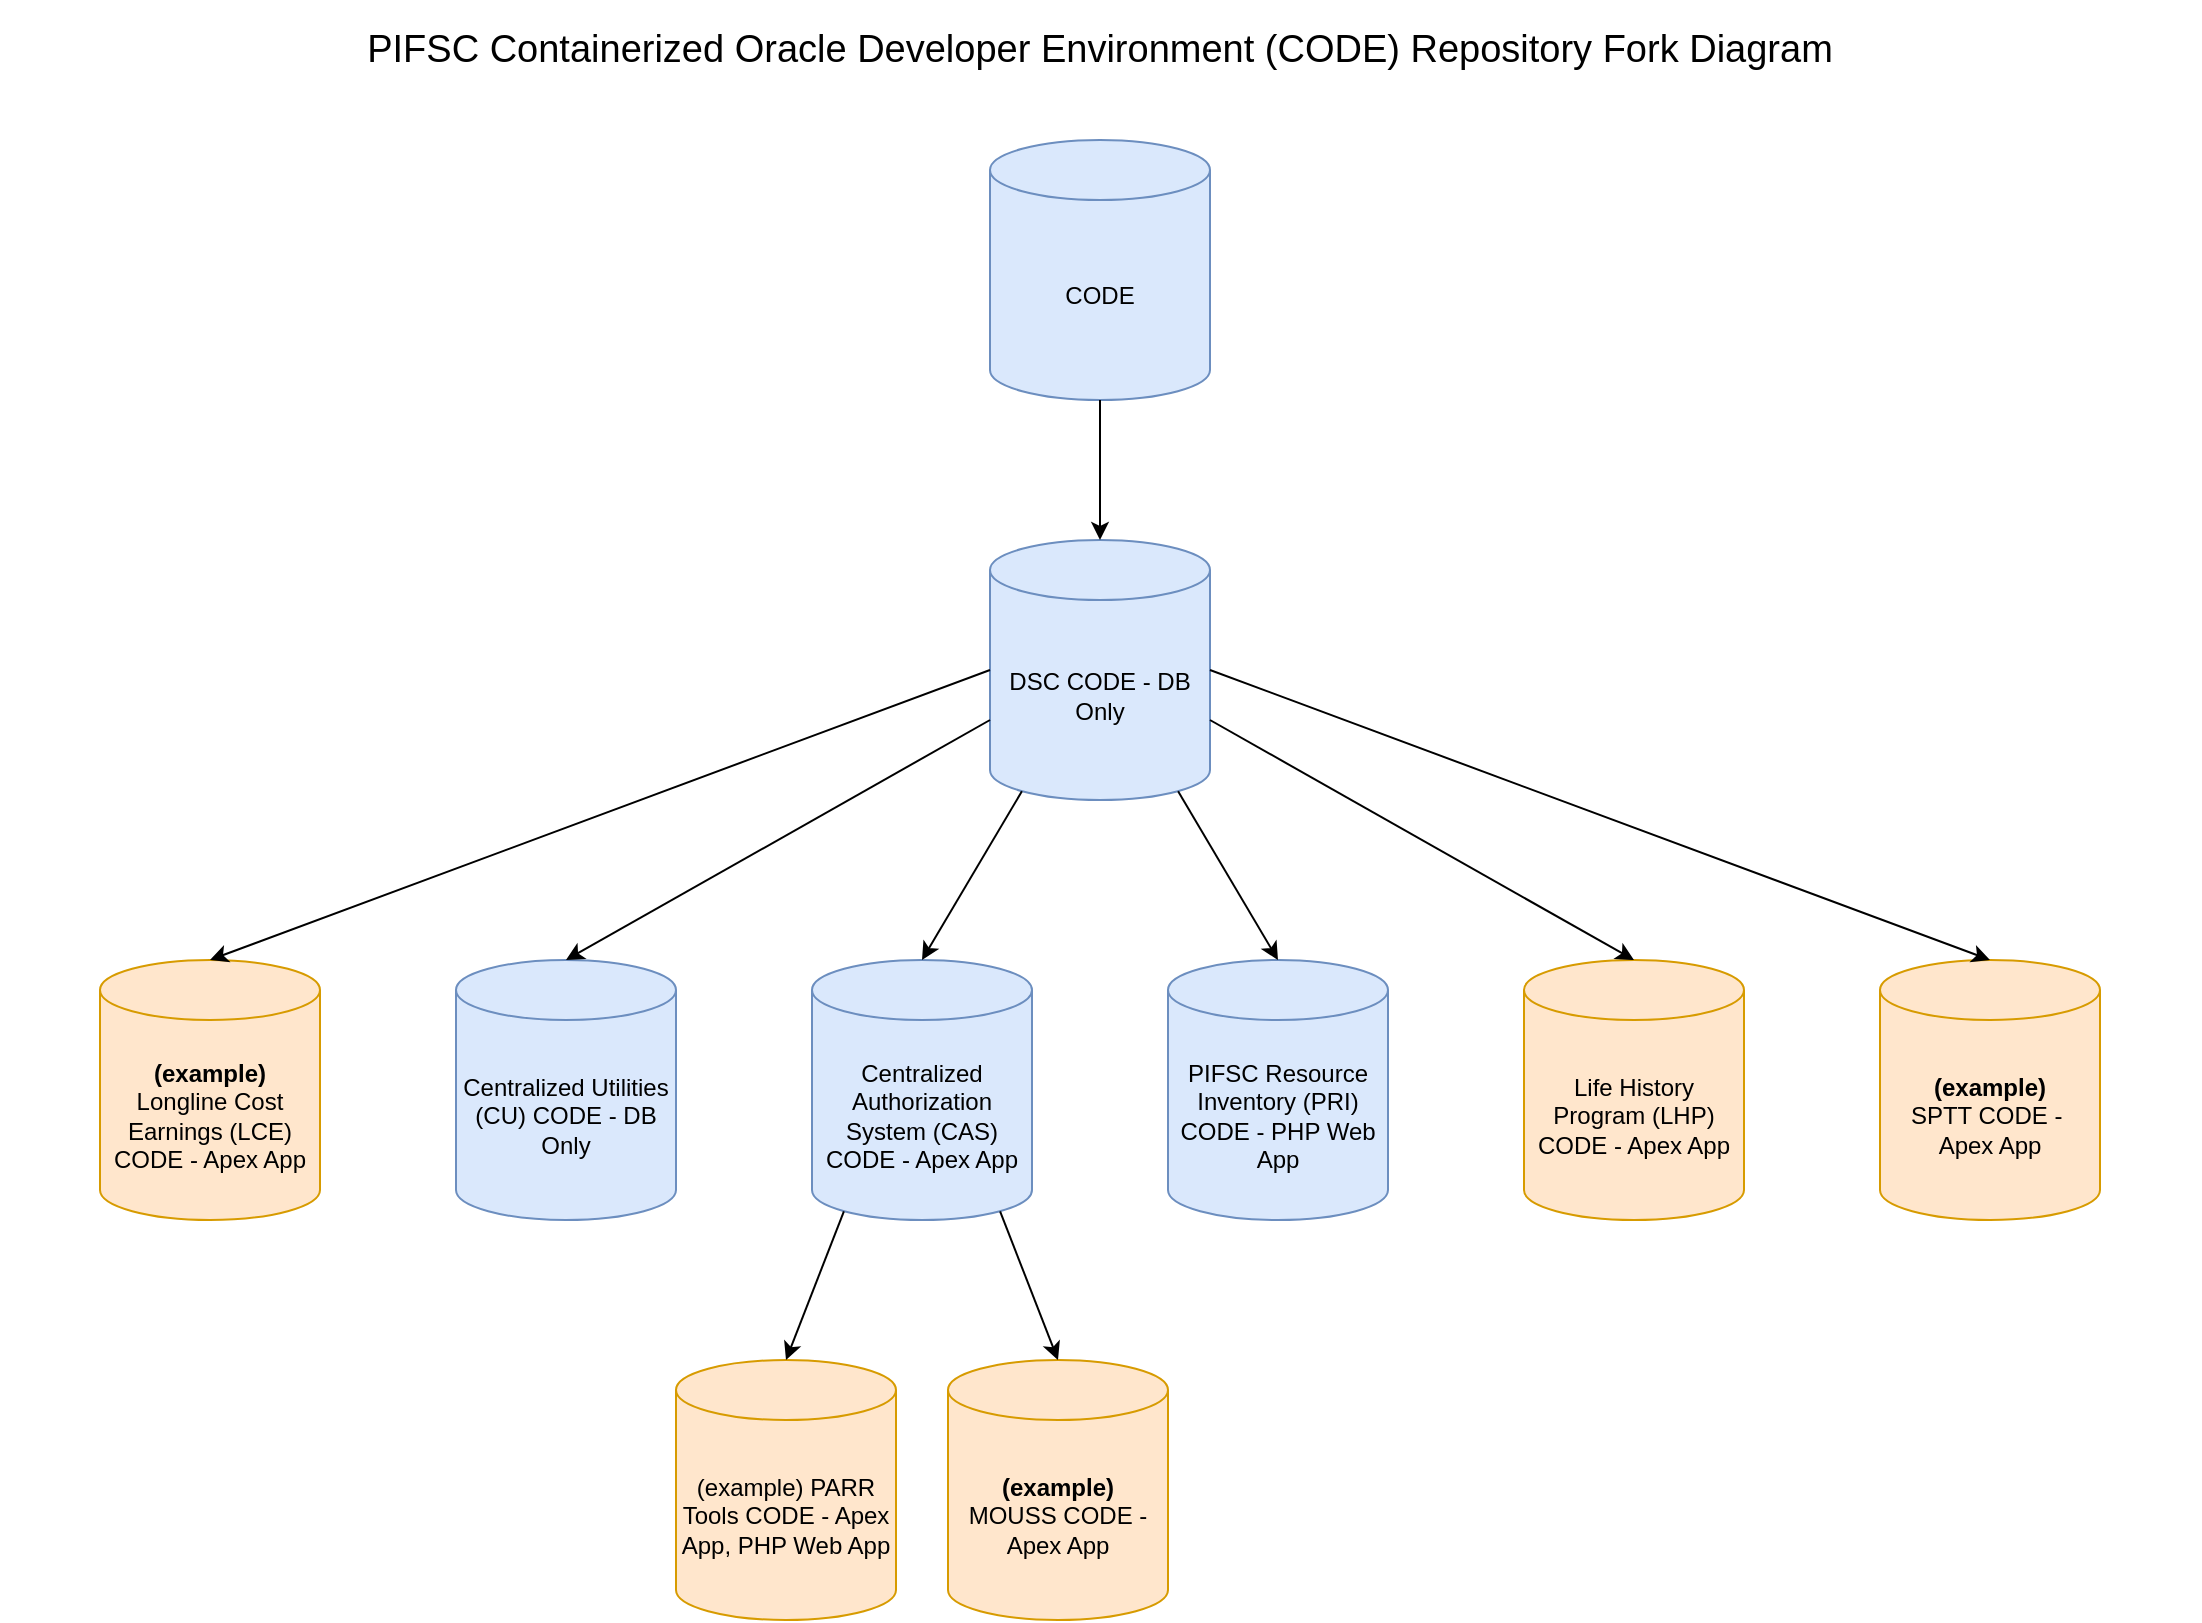
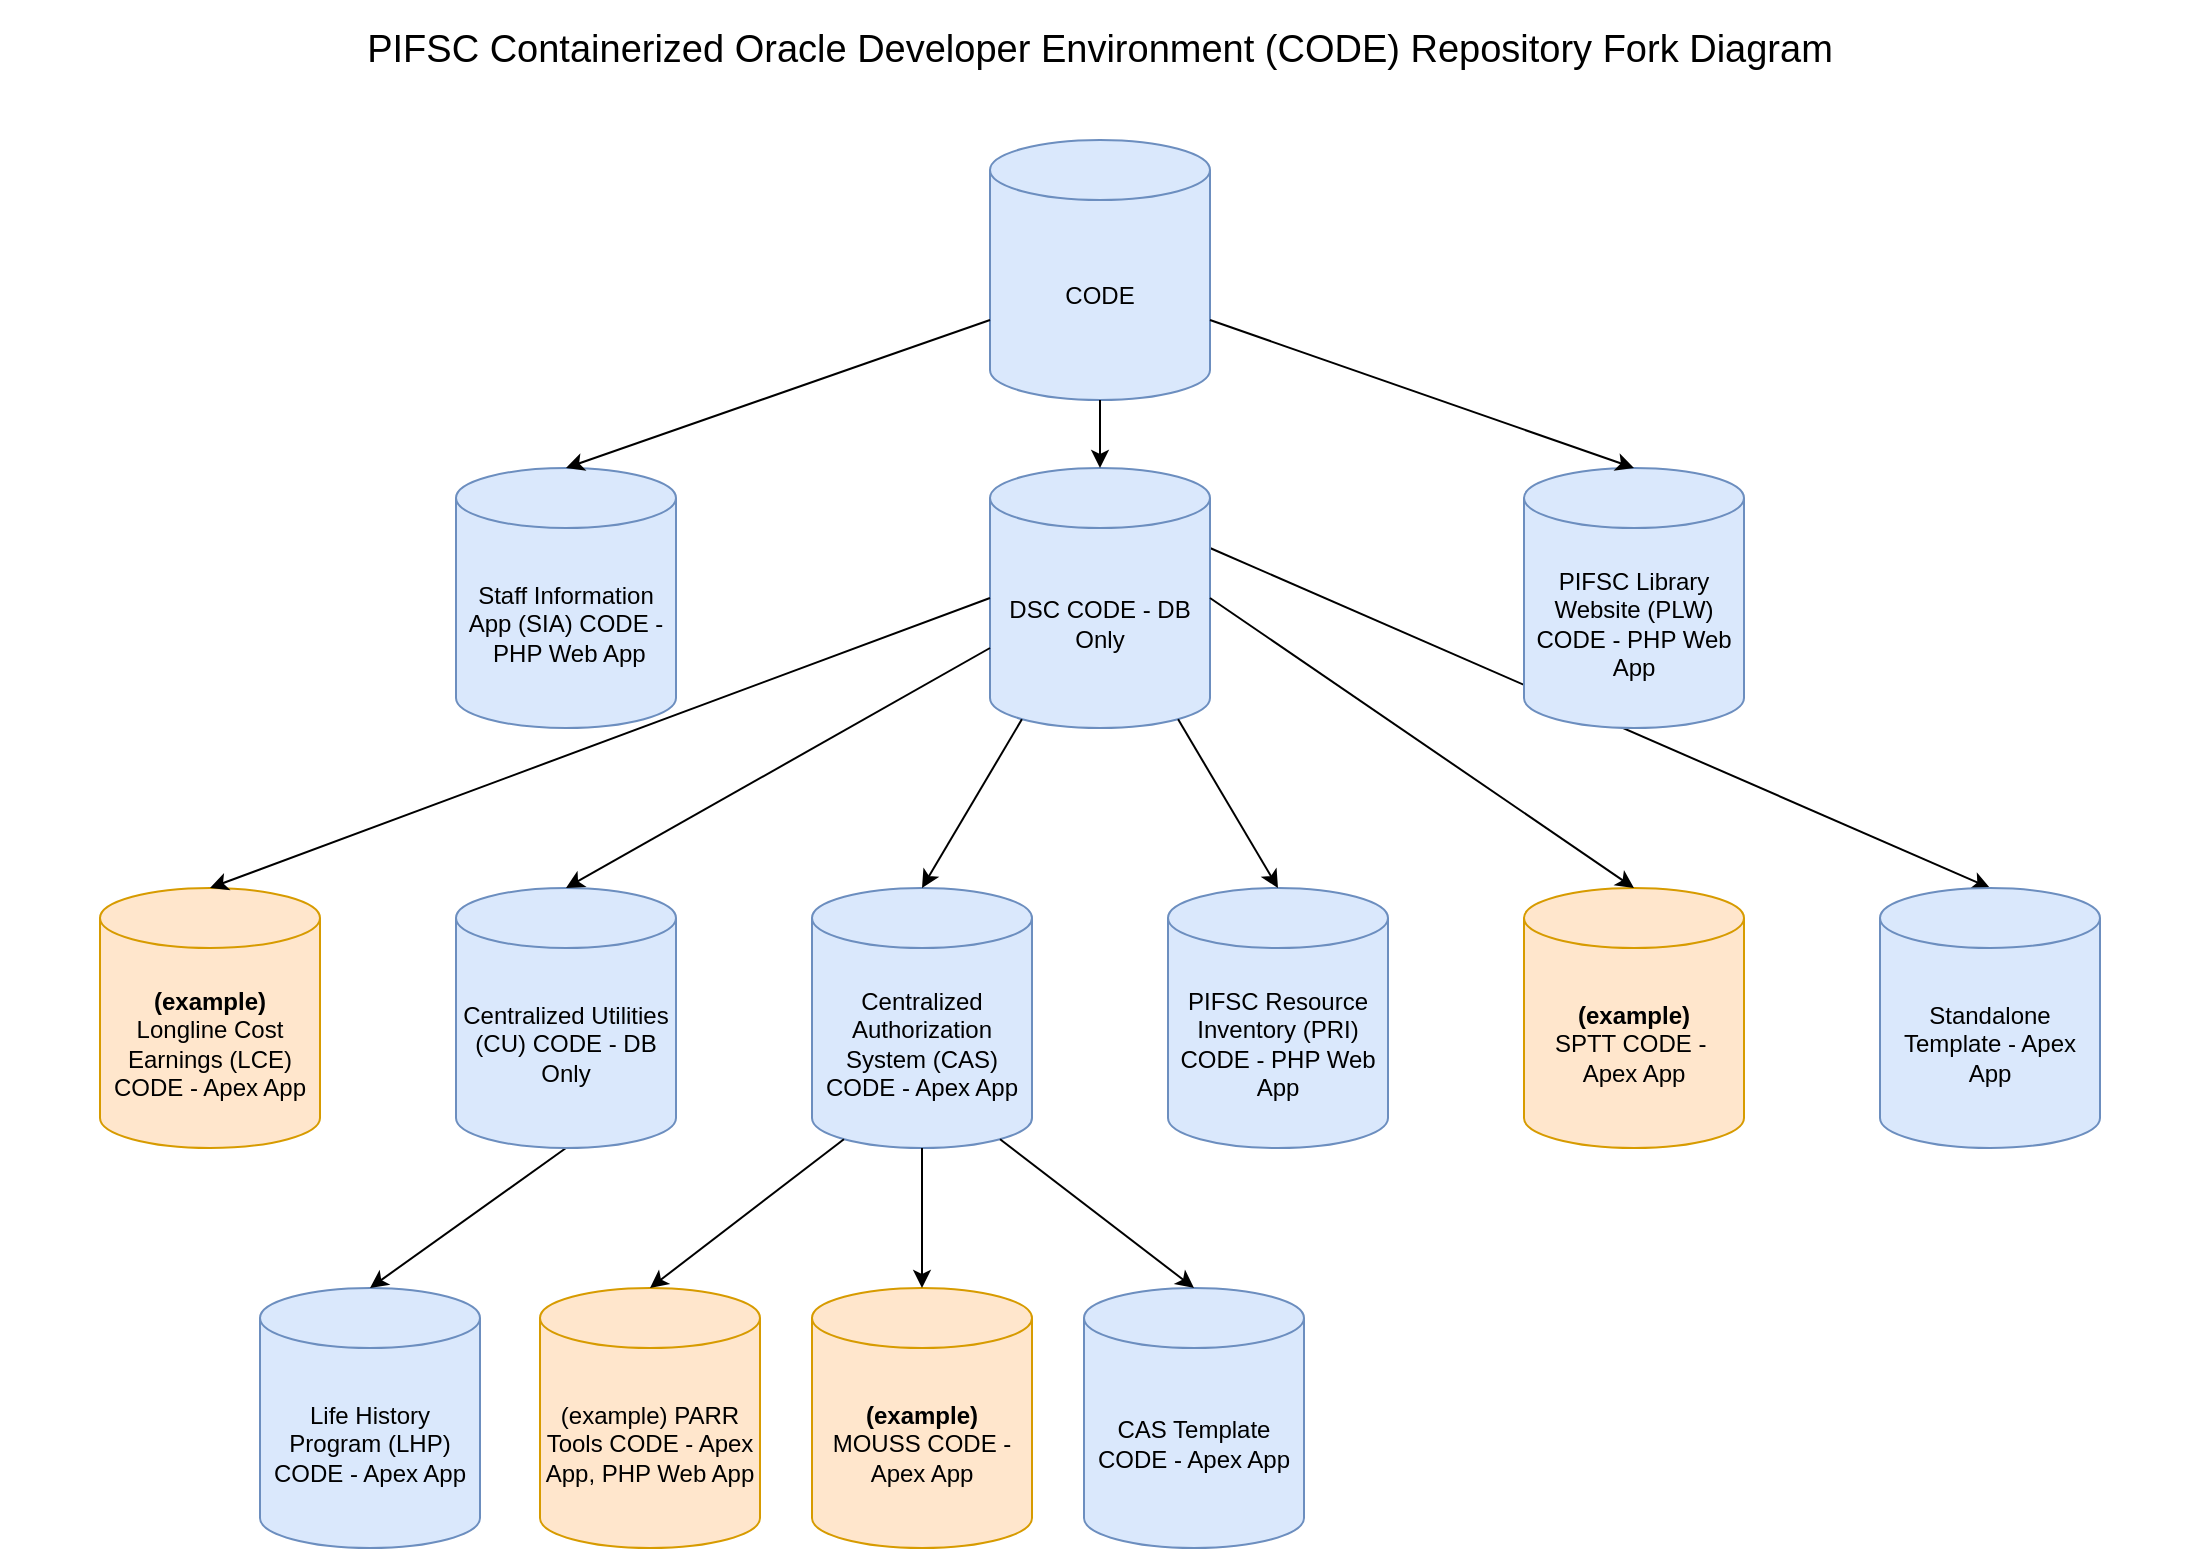
- <mxfile host="app.diagrams.net" agent="Mozilla/5.0 (Windows NT 10.0; Win64; x64; rv:146.0) Gecko/20100101 Firefox/146.0" version="29.2.7">
+ <mxfile host="app.diagrams.net" agent="Mozilla/5.0 (Windows NT 10.0; Win64; x64; rv:146.0) Gecko/20100101 Firefox/146.0">
  <diagram name="Page-1" id="5x21xzw7pKY_CYzqWRJj">
-     <mxGraphModel dx="2066" dy="1111" grid="1" gridSize="10" guides="1" tooltips="1" connect="1" arrows="1" fold="1" page="1" pageScale="1" pageWidth="1100" pageHeight="850" math="0" shadow="0">
+     <mxGraphModel dx="2566" dy="1399" grid="1" gridSize="10" guides="1" tooltips="1" connect="1" arrows="1" fold="1" page="1" pageScale="1" pageWidth="1100" pageHeight="850" math="0" shadow="0">
      <root>
        <mxCell id="0" />
        <mxCell id="1" parent="0" />
+         <mxCell id="0AYCdXG2In4R06lQCk4V-8" edge="1" parent="1" source="SCLX1SmKLz5k2Fn8iWNY-3" style="endArrow=classic;html=1;rounded=0;entryX=0.5;entryY=0;entryDx=0;entryDy=0;entryPerimeter=0;exitX=1;exitY=0;exitDx=0;exitDy=40;exitPerimeter=0;" target="0AYCdXG2In4R06lQCk4V-7" value="">
+           <mxGeometry height="50" relative="1" width="50" as="geometry">
+             <mxPoint x="530" y="740" as="sourcePoint" />
+             <mxPoint x="580" y="690" as="targetPoint" />
+           </mxGeometry>
+         </mxCell>
        <mxCell id="SCLX1SmKLz5k2Fn8iWNY-1" parent="1" style="text;html=1;align=center;verticalAlign=middle;whiteSpace=wrap;rounded=0;" value="&lt;font style=&quot;font-size: 19px;&quot;&gt;PIFSC Containerized Oracle Developer Environment (CODE) Repository Fork Diagram&lt;/font&gt;" vertex="1">
          <mxGeometry height="50" width="1100" as="geometry" />
        </mxCell>
        <mxCell id="SCLX1SmKLz5k2Fn8iWNY-2" parent="1" style="shape=cylinder3;whiteSpace=wrap;html=1;boundedLbl=1;backgroundOutline=1;size=15;fillColor=#dae8fc;strokeColor=#6c8ebf;" value="CODE" vertex="1">
          <mxGeometry height="130" width="110" x="495" y="70" as="geometry" />
        </mxCell>
        <mxCell id="SCLX1SmKLz5k2Fn8iWNY-3" parent="1" style="shape=cylinder3;whiteSpace=wrap;html=1;boundedLbl=1;backgroundOutline=1;size=15;fillColor=#dae8fc;strokeColor=#6c8ebf;" value="DSC CODE - DB Only" vertex="1">
-           <mxGeometry height="130" width="110" x="495" y="270" as="geometry" />
+           <mxGeometry height="130" width="110" x="495" y="234" as="geometry" />
        </mxCell>
-         <mxCell id="SCLX1SmKLz5k2Fn8iWNY-4" parent="1" style="shape=cylinder3;whiteSpace=wrap;html=1;boundedLbl=1;backgroundOutline=1;size=15;fillColor=light-dark(#FFE6CC,#1D293B);strokeColor=#d79b00;" value="&lt;div&gt;Life History Program (LHP) CODE - Apex App&lt;/div&gt;" vertex="1">
-           <mxGeometry height="130" width="110" x="762" y="480" as="geometry" />
+         <mxCell id="SCLX1SmKLz5k2Fn8iWNY-4" parent="1" style="shape=cylinder3;whiteSpace=wrap;html=1;boundedLbl=1;backgroundOutline=1;size=15;fillColor=light-dark(#DAE8FC,#1D293B);strokeColor=#6C8EBF;" value="&lt;div&gt;Life History Program (LHP) CODE - Apex App&lt;/div&gt;" vertex="1">
+           <mxGeometry height="130" width="110" x="130" y="644" as="geometry" />
        </mxCell>
        <mxCell id="SCLX1SmKLz5k2Fn8iWNY-5" edge="1" parent="1" source="SCLX1SmKLz5k2Fn8iWNY-2" style="endArrow=classic;html=1;rounded=0;exitX=0.5;exitY=1;exitDx=0;exitDy=0;exitPerimeter=0;entryX=0.5;entryY=0;entryDx=0;entryDy=0;entryPerimeter=0;" target="SCLX1SmKLz5k2Fn8iWNY-3" value="">
          <mxGeometry height="50" relative="1" width="50" as="geometry">
            <mxPoint x="550" y="300" as="sourcePoint" />
            <mxPoint x="600" y="250" as="targetPoint" />
          </mxGeometry>
        </mxCell>
-         <mxCell id="SCLX1SmKLz5k2Fn8iWNY-6" edge="1" parent="1" source="SCLX1SmKLz5k2Fn8iWNY-4" style="endArrow=none;html=1;rounded=0;entryX=1;entryY=0;entryDx=0;entryDy=90;entryPerimeter=0;exitX=0.5;exitY=0;exitDx=0;exitDy=0;exitPerimeter=0;startArrow=classic;startFill=1;endFill=0;" target="SCLX1SmKLz5k2Fn8iWNY-3" value="">
+         <mxCell id="SCLX1SmKLz5k2Fn8iWNY-6" edge="1" parent="1" source="SCLX1SmKLz5k2Fn8iWNY-4" style="endArrow=none;html=1;rounded=0;entryX=0.5;entryY=1;entryDx=0;entryDy=0;entryPerimeter=0;exitX=0.5;exitY=0;exitDx=0;exitDy=0;exitPerimeter=0;startArrow=classic;startFill=1;endFill=0;" target="6UAbcqaC1Fl8zmIl1YUe-3" value="">
          <mxGeometry height="50" relative="1" width="50" as="geometry">
-             <mxPoint x="660" y="300" as="sourcePoint" />
-             <mxPoint x="710" y="250" as="targetPoint" />
+             <mxPoint x="660" y="264" as="sourcePoint" />
+             <mxPoint x="710" y="214" as="targetPoint" />
          </mxGeometry>
        </mxCell>
        <mxCell id="SCLX1SmKLz5k2Fn8iWNY-7" parent="1" style="shape=cylinder3;whiteSpace=wrap;html=1;boundedLbl=1;backgroundOutline=1;size=15;fillColor=#dae8fc;strokeColor=#6c8ebf;" value="Centralized Authorization System (CAS) CODE - Apex App" vertex="1">
-           <mxGeometry height="130" width="110" x="406" y="480" as="geometry" />
+           <mxGeometry height="130" width="110" x="406" y="444" as="geometry" />
        </mxCell>
        <mxCell id="SCLX1SmKLz5k2Fn8iWNY-8" edge="1" parent="1" source="SCLX1SmKLz5k2Fn8iWNY-3" style="endArrow=classic;html=1;rounded=0;exitX=0.145;exitY=1;exitDx=0;exitDy=-4.35;exitPerimeter=0;entryX=0.5;entryY=0;entryDx=0;entryDy=0;entryPerimeter=0;" target="SCLX1SmKLz5k2Fn8iWNY-7" value="">
          <mxGeometry height="50" relative="1" width="50" as="geometry">
-             <mxPoint x="660" y="300" as="sourcePoint" />
-             <mxPoint x="710" y="250" as="targetPoint" />
+             <mxPoint x="660" y="264" as="sourcePoint" />
+             <mxPoint x="710" y="214" as="targetPoint" />
          </mxGeometry>
        </mxCell>
        <mxCell id="SCLX1SmKLz5k2Fn8iWNY-9" parent="1" style="shape=cylinder3;whiteSpace=wrap;html=1;boundedLbl=1;backgroundOutline=1;size=15;fillColor=#ffe6cc;strokeColor=#d79b00;" value="(example) PARR Tools CODE - Apex App, PHP Web App" vertex="1">
-           <mxGeometry height="130" width="110" x="338" y="680" as="geometry" />
+           <mxGeometry height="130" width="110" x="270" y="644" as="geometry" />
        </mxCell>
        <mxCell id="SCLX1SmKLz5k2Fn8iWNY-10" edge="1" parent="1" source="SCLX1SmKLz5k2Fn8iWNY-7" style="endArrow=classic;html=1;rounded=0;exitX=0.145;exitY=1;exitDx=0;exitDy=-4.35;exitPerimeter=0;entryX=0.5;entryY=0;entryDx=0;entryDy=0;entryPerimeter=0;" target="SCLX1SmKLz5k2Fn8iWNY-9" value="">
          <mxGeometry height="50" relative="1" width="50" as="geometry">
-             <mxPoint x="660" y="700" as="sourcePoint" />
-             <mxPoint x="710" y="650" as="targetPoint" />
+             <mxPoint x="660" y="664" as="sourcePoint" />
+             <mxPoint x="710" y="614" as="targetPoint" />
          </mxGeometry>
        </mxCell>
        <mxCell id="SCLX1SmKLz5k2Fn8iWNY-11" parent="1" style="shape=cylinder3;whiteSpace=wrap;html=1;boundedLbl=1;backgroundOutline=1;size=15;fillColor=#ffe6cc;strokeColor=#d79b00;" value="&lt;b&gt;(example)&lt;/b&gt;&lt;div&gt;MOUSS CODE - Apex App&lt;/div&gt;" vertex="1">
-           <mxGeometry height="130" width="110" x="474" y="680" as="geometry" />
+           <mxGeometry height="130" width="110" x="406" y="644" as="geometry" />
        </mxCell>
-         <mxCell id="SCLX1SmKLz5k2Fn8iWNY-12" edge="1" parent="1" source="SCLX1SmKLz5k2Fn8iWNY-7" style="endArrow=classic;html=1;rounded=0;exitX=0.855;exitY=1;exitDx=0;exitDy=-4.35;exitPerimeter=0;entryX=0.5;entryY=0;entryDx=0;entryDy=0;entryPerimeter=0;" target="SCLX1SmKLz5k2Fn8iWNY-11" value="">
+         <mxCell id="SCLX1SmKLz5k2Fn8iWNY-12" edge="1" parent="1" source="SCLX1SmKLz5k2Fn8iWNY-7" style="endArrow=classic;html=1;rounded=0;exitX=0.5;exitY=1;exitDx=0;exitDy=0;exitPerimeter=0;entryX=0.5;entryY=0;entryDx=0;entryDy=0;entryPerimeter=0;" target="SCLX1SmKLz5k2Fn8iWNY-11" value="">
          <mxGeometry height="50" relative="1" width="50" as="geometry">
-             <mxPoint x="660" y="500" as="sourcePoint" />
-             <mxPoint x="710" y="450" as="targetPoint" />
+             <mxPoint x="660" y="464" as="sourcePoint" />
+             <mxPoint x="710" y="414" as="targetPoint" />
          </mxGeometry>
        </mxCell>
        <mxCell id="SCLX1SmKLz5k2Fn8iWNY-13" parent="1" style="shape=cylinder3;whiteSpace=wrap;html=1;boundedLbl=1;backgroundOutline=1;size=15;fillColor=#ffe6cc;strokeColor=#d79b00;" value="&lt;b&gt;(example)&lt;/b&gt;&lt;div&gt;SPTT CODE -&amp;nbsp;&lt;br&gt;Apex App&lt;/div&gt;" vertex="1">
-           <mxGeometry height="130" width="110" x="940" y="480" as="geometry" />
+           <mxGeometry height="130" width="110" x="762" y="444" as="geometry" />
        </mxCell>
        <mxCell id="SCLX1SmKLz5k2Fn8iWNY-14" edge="1" parent="1" source="SCLX1SmKLz5k2Fn8iWNY-3" style="endArrow=classic;html=1;rounded=0;exitX=1;exitY=0.5;exitDx=0;exitDy=0;exitPerimeter=0;entryX=0.5;entryY=0;entryDx=0;entryDy=0;entryPerimeter=0;" target="SCLX1SmKLz5k2Fn8iWNY-13" value="">
          <mxGeometry height="50" relative="1" width="50" as="geometry">
-             <mxPoint x="550" y="400" as="sourcePoint" />
-             <mxPoint x="600" y="350" as="targetPoint" />
+             <mxPoint x="550" y="364" as="sourcePoint" />
+             <mxPoint x="600" y="314" as="targetPoint" />
          </mxGeometry>
        </mxCell>
        <mxCell id="SCLX1SmKLz5k2Fn8iWNY-15" parent="1" style="shape=cylinder3;whiteSpace=wrap;html=1;boundedLbl=1;backgroundOutline=1;size=15;fillColor=#ffe6cc;strokeColor=#d79b00;" value="&lt;b&gt;(example)&lt;/b&gt;&lt;div&gt;Longline Cost Earnings (LCE) CODE - Apex App&lt;/div&gt;" vertex="1">
-           <mxGeometry height="130" width="110" x="50" y="480" as="geometry" />
+           <mxGeometry height="130" width="110" x="50" y="444" as="geometry" />
        </mxCell>
        <mxCell id="SCLX1SmKLz5k2Fn8iWNY-16" edge="1" parent="1" source="SCLX1SmKLz5k2Fn8iWNY-3" style="endArrow=classic;html=1;rounded=0;exitX=0;exitY=0.5;exitDx=0;exitDy=0;exitPerimeter=0;entryX=0.5;entryY=0;entryDx=0;entryDy=0;entryPerimeter=0;" target="SCLX1SmKLz5k2Fn8iWNY-15" value="">
          <mxGeometry height="50" relative="1" width="50" as="geometry">
-             <mxPoint x="550" y="400" as="sourcePoint" />
-             <mxPoint x="600" y="350" as="targetPoint" />
+             <mxPoint x="550" y="364" as="sourcePoint" />
+             <mxPoint x="600" y="314" as="targetPoint" />
          </mxGeometry>
        </mxCell>
        <mxCell id="6UAbcqaC1Fl8zmIl1YUe-1" parent="1" style="shape=cylinder3;whiteSpace=wrap;html=1;boundedLbl=1;backgroundOutline=1;size=15;fillColor=#dae8fc;strokeColor=#6c8ebf;" value="&lt;div&gt;PIFSC Resource Inventory (PRI) CODE -&amp;nbsp;PHP Web App&lt;/div&gt;" vertex="1">
-           <mxGeometry height="130" width="110" x="584" y="480" as="geometry" />
+           <mxGeometry height="130" width="110" x="584" y="444" as="geometry" />
        </mxCell>
        <mxCell id="6UAbcqaC1Fl8zmIl1YUe-2" edge="1" parent="1" source="SCLX1SmKLz5k2Fn8iWNY-3" style="endArrow=classic;html=1;rounded=0;entryX=0.5;entryY=0;entryDx=0;entryDy=0;entryPerimeter=0;exitX=0.855;exitY=1;exitDx=0;exitDy=-4.35;exitPerimeter=0;" target="6UAbcqaC1Fl8zmIl1YUe-1" value="">
          <mxGeometry height="50" relative="1" width="50" as="geometry">
-             <mxPoint x="530" y="600" as="sourcePoint" />
-             <mxPoint x="580" y="550" as="targetPoint" />
+             <mxPoint x="530" y="564" as="sourcePoint" />
+             <mxPoint x="580" y="514" as="targetPoint" />
          </mxGeometry>
        </mxCell>
        <mxCell id="6UAbcqaC1Fl8zmIl1YUe-3" parent="1" style="shape=cylinder3;whiteSpace=wrap;html=1;boundedLbl=1;backgroundOutline=1;size=15;fillColor=#dae8fc;strokeColor=#6c8ebf;" value="&lt;div&gt;Centralized Utilities (CU) CODE - DB Only&lt;/div&gt;" vertex="1">
-           <mxGeometry height="130" width="110" x="228" y="480" as="geometry" />
+           <mxGeometry height="130" width="110" x="228" y="444" as="geometry" />
        </mxCell>
        <mxCell id="6UAbcqaC1Fl8zmIl1YUe-4" edge="1" parent="1" source="SCLX1SmKLz5k2Fn8iWNY-3" style="endArrow=classic;html=1;rounded=0;exitX=0;exitY=0;exitDx=0;exitDy=90;exitPerimeter=0;entryX=0.5;entryY=0;entryDx=0;entryDy=0;entryPerimeter=0;" target="6UAbcqaC1Fl8zmIl1YUe-3" value="">
          <mxGeometry height="50" relative="1" width="50" as="geometry">
-             <mxPoint x="530" y="600" as="sourcePoint" />
-             <mxPoint x="580" y="550" as="targetPoint" />
+             <mxPoint x="530" y="564" as="sourcePoint" />
+             <mxPoint x="580" y="514" as="targetPoint" />
          </mxGeometry>
+         </mxCell>
+         <mxCell id="0AYCdXG2In4R06lQCk4V-1" parent="1" style="shape=cylinder3;whiteSpace=wrap;html=1;boundedLbl=1;backgroundOutline=1;size=15;fillColor=light-dark(#DAE8FC,#1D293B);strokeColor=#6C8EBF;" value="CAS Template CODE - Apex App" vertex="1">
+           <mxGeometry height="130" width="110" x="542" y="644" as="geometry" />
+         </mxCell>
+         <mxCell id="0AYCdXG2In4R06lQCk4V-2" edge="1" parent="1" source="SCLX1SmKLz5k2Fn8iWNY-7" style="endArrow=classic;html=1;rounded=0;exitX=0.855;exitY=1;exitDx=0;exitDy=-4.35;exitPerimeter=0;entryX=0.5;entryY=0;entryDx=0;entryDy=0;entryPerimeter=0;" target="0AYCdXG2In4R06lQCk4V-1" value="">
+           <mxGeometry height="50" relative="1" width="50" as="geometry">
+             <mxPoint x="530" y="704" as="sourcePoint" />
+             <mxPoint x="580" y="654" as="targetPoint" />
+           </mxGeometry>
+         </mxCell>
+         <mxCell id="0AYCdXG2In4R06lQCk4V-3" parent="1" style="shape=cylinder3;whiteSpace=wrap;html=1;boundedLbl=1;backgroundOutline=1;size=15;fillColor=#dae8fc;strokeColor=#6c8ebf;" value="&lt;div&gt;PIFSC Library Website (PLW) CODE -&amp;nbsp;PHP Web App&lt;/div&gt;" vertex="1">
+           <mxGeometry height="130" width="110" x="762" y="234" as="geometry" />
+         </mxCell>
+         <mxCell id="0AYCdXG2In4R06lQCk4V-4" parent="1" style="shape=cylinder3;whiteSpace=wrap;html=1;boundedLbl=1;backgroundOutline=1;size=15;fillColor=#dae8fc;strokeColor=#6c8ebf;" value="&lt;div&gt;Staff Information App (SIA) CODE -&amp;nbsp;PHP Web App&lt;/div&gt;" vertex="1">
+           <mxGeometry height="130" width="110" x="228" y="234" as="geometry" />
+         </mxCell>
+         <mxCell id="0AYCdXG2In4R06lQCk4V-5" edge="1" parent="1" source="SCLX1SmKLz5k2Fn8iWNY-2" style="endArrow=classic;html=1;rounded=0;exitX=0;exitY=0;exitDx=0;exitDy=90;exitPerimeter=0;entryX=0.5;entryY=0;entryDx=0;entryDy=0;entryPerimeter=0;" target="0AYCdXG2In4R06lQCk4V-4" value="">
+           <mxGeometry height="50" relative="1" width="50" as="geometry">
+             <mxPoint x="530" y="740" as="sourcePoint" />
+             <mxPoint x="580" y="690" as="targetPoint" />
+           </mxGeometry>
+         </mxCell>
+         <mxCell id="0AYCdXG2In4R06lQCk4V-6" edge="1" parent="1" source="SCLX1SmKLz5k2Fn8iWNY-2" style="endArrow=classic;html=1;rounded=0;exitX=1;exitY=0;exitDx=0;exitDy=90;exitPerimeter=0;entryX=0.5;entryY=0;entryDx=0;entryDy=0;entryPerimeter=0;fontStyle=1" target="0AYCdXG2In4R06lQCk4V-3" value="">
+           <mxGeometry height="50" relative="1" width="50" as="geometry">
+             <mxPoint x="530" y="740" as="sourcePoint" />
+             <mxPoint x="580" y="690" as="targetPoint" />
+           </mxGeometry>
+         </mxCell>
+         <mxCell id="0AYCdXG2In4R06lQCk4V-7" parent="1" style="shape=cylinder3;whiteSpace=wrap;html=1;boundedLbl=1;backgroundOutline=1;size=15;fillColor=light-dark(#DAE8FC,#1D293B);strokeColor=#6C8EBF;" value="Standalone Template - Apex App" vertex="1">
+           <mxGeometry height="130" width="110" x="940" y="444" as="geometry" />
        </mxCell>
      </root>
    </mxGraphModel>
  </diagram>
</mxfile>
